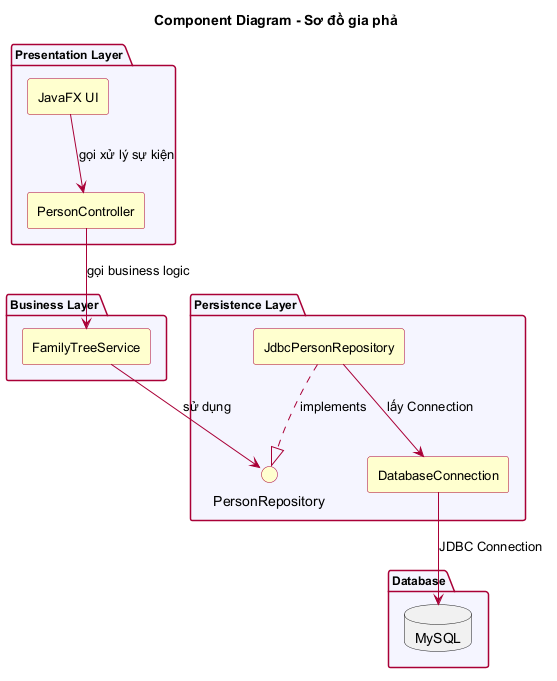
Earlier version of the PlantUML export docs/uml/component-diagram.png (minhchien170704/do-an-gia-pha).
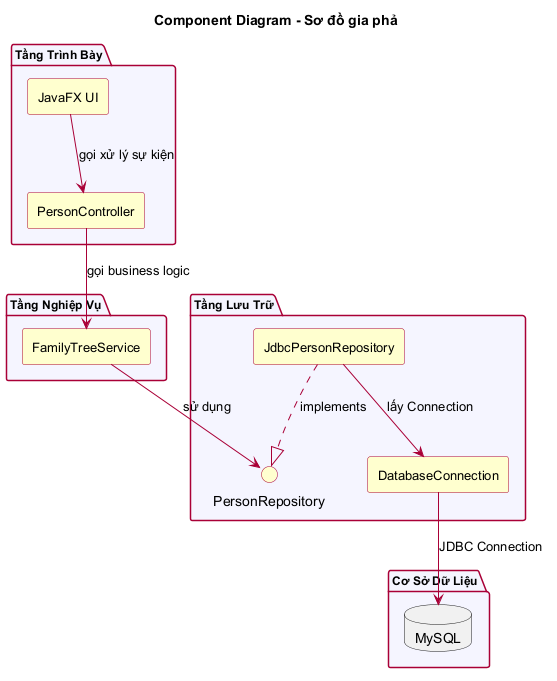
Above is the later version.

The edit, as a diff of the source:
```diff
@@ -20,22 +20,22 @@
 }
 skinparam ArrowColor #A80036
 
-package "Presentation Layer" {
+package "Tầng Trình Bày" {
     component "JavaFX UI" as UI
     component "PersonController" as Controller
 }
 
-package "Business Layer" {
+package "Tầng Nghiệp Vụ" {
     component "FamilyTreeService" as Service
 }
 
-package "Persistence Layer" {
+package "Tầng Lưu Trữ" {
     interface "PersonRepository" as RepoInterface
     component "JdbcPersonRepository" as JdbcRepo
     component "DatabaseConnection" as DBConn
 }
 
-package "Database" {
+package "Cơ Sở Dữ Liệu" {
     database "MySQL" as MySQL
 }
 
```
